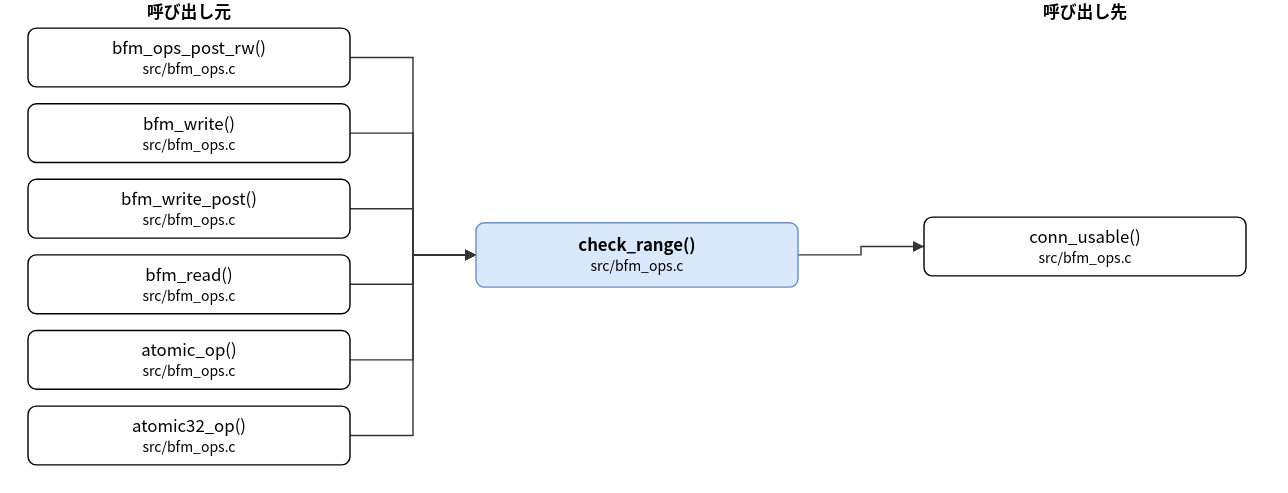
This is doc/spec/images/call_src_bfm_ops-check_range.drawio.svg from hf355051012-ai/bfmem, a draw.io export, as it was before one commit. Source tidied: cells renumbered, new cells last; positions are measured from the earlier drawing's top-left corner, leaving out a move shared by most shapes.
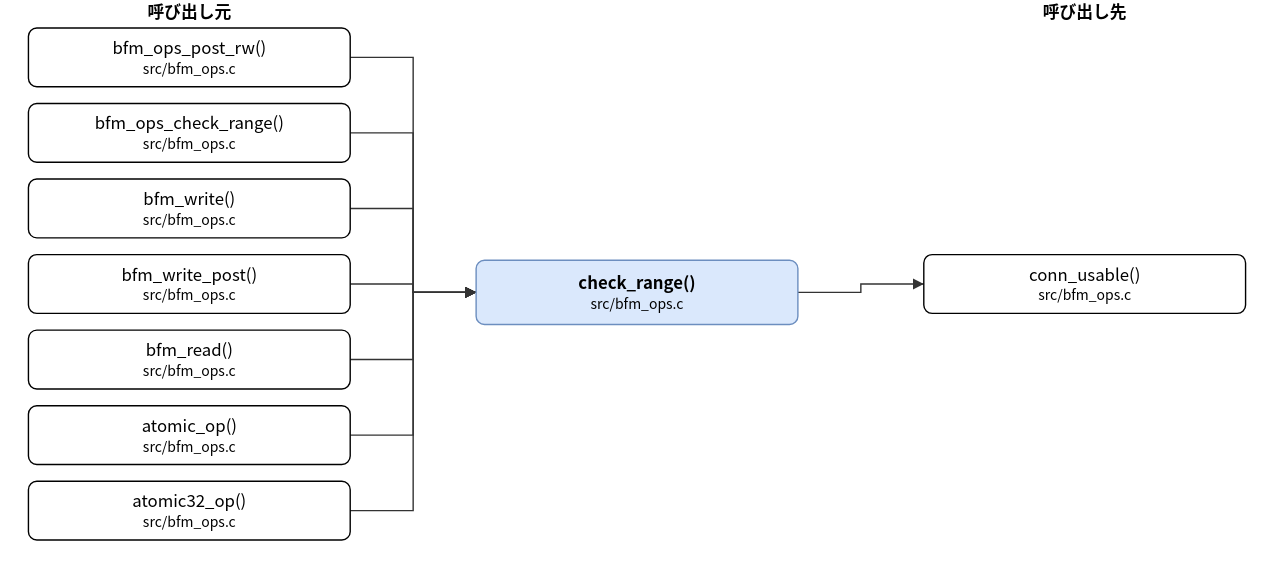
The same diagram one commit later.

What changed in the source:
```diff
@@ -3,34 +3,37 @@
     <mxCell id="0" />
     <mxCell id="1" parent="0" />
     <mxCell id="2" value="check_range()&lt;br&gt;&lt;font style=&quot;font-size:10px&quot;&gt;src/bfm_ops.c&lt;/font&gt;" style="rounded=1;whiteSpace=wrap;html=1;fillColor=#dae8fc;strokeColor=#6c8ebf;fontStyle=1;" parent="1" vertex="1">
-      <mxGeometry x="320" y="159" width="230" height="46" as="geometry" />
+      <mxGeometry x="320" y="186" width="230" height="46" as="geometry" />
     </mxCell>
     <mxCell id="3" value="bfm_ops_post_rw()&lt;br&gt;&lt;font style=&quot;font-size:10px&quot;&gt;src/bfm_ops.c&lt;/font&gt;" style="rounded=1;whiteSpace=wrap;html=1;" parent="1" vertex="1">
       <mxGeometry y="20" width="230" height="42" as="geometry" />
     </mxCell>
-    <mxCell id="4" value="bfm_write()&lt;br&gt;&lt;font style=&quot;font-size:10px&quot;&gt;src/bfm_ops.c&lt;/font&gt;" style="rounded=1;whiteSpace=wrap;html=1;" parent="1" vertex="1">
+    <mxCell id="4" value="bfm_ops_check_range()&lt;br&gt;&lt;font style=&quot;font-size:10px&quot;&gt;src/bfm_ops.c&lt;/font&gt;" style="rounded=1;whiteSpace=wrap;html=1;" parent="1" vertex="1">
       <mxGeometry y="74" width="230" height="42" as="geometry" />
     </mxCell>
-    <mxCell id="5" value="bfm_write_post()&lt;br&gt;&lt;font style=&quot;font-size:10px&quot;&gt;src/bfm_ops.c&lt;/font&gt;" style="rounded=1;whiteSpace=wrap;html=1;" parent="1" vertex="1">
+    <mxCell id="5" value="bfm_write()&lt;br&gt;&lt;font style=&quot;font-size:10px&quot;&gt;src/bfm_ops.c&lt;/font&gt;" style="rounded=1;whiteSpace=wrap;html=1;" parent="1" vertex="1">
       <mxGeometry y="128" width="230" height="42" as="geometry" />
     </mxCell>
-    <mxCell id="6" value="bfm_read()&lt;br&gt;&lt;font style=&quot;font-size:10px&quot;&gt;src/bfm_ops.c&lt;/font&gt;" style="rounded=1;whiteSpace=wrap;html=1;" parent="1" vertex="1">
+    <mxCell id="6" value="bfm_write_post()&lt;br&gt;&lt;font style=&quot;font-size:10px&quot;&gt;src/bfm_ops.c&lt;/font&gt;" style="rounded=1;whiteSpace=wrap;html=1;" parent="1" vertex="1">
       <mxGeometry y="182" width="230" height="42" as="geometry" />
     </mxCell>
-    <mxCell id="7" value="atomic_op()&lt;br&gt;&lt;font style=&quot;font-size:10px&quot;&gt;src/bfm_ops.c&lt;/font&gt;" style="rounded=1;whiteSpace=wrap;html=1;" parent="1" vertex="1">
+    <mxCell id="7" value="bfm_read()&lt;br&gt;&lt;font style=&quot;font-size:10px&quot;&gt;src/bfm_ops.c&lt;/font&gt;" style="rounded=1;whiteSpace=wrap;html=1;" parent="1" vertex="1">
       <mxGeometry y="236" width="230" height="42" as="geometry" />
     </mxCell>
-    <mxCell id="8" value="atomic32_op()&lt;br&gt;&lt;font style=&quot;font-size:10px&quot;&gt;src/bfm_ops.c&lt;/font&gt;" style="rounded=1;whiteSpace=wrap;html=1;" parent="1" vertex="1">
+    <mxCell id="8" value="atomic_op()&lt;br&gt;&lt;font style=&quot;font-size:10px&quot;&gt;src/bfm_ops.c&lt;/font&gt;" style="rounded=1;whiteSpace=wrap;html=1;" parent="1" vertex="1">
       <mxGeometry y="290" width="230" height="42" as="geometry" />
     </mxCell>
+    <mxCell id="19" value="atomic32_op()&lt;br&gt;&lt;font style=&quot;font-size:10px&quot;&gt;src/bfm_ops.c&lt;/font&gt;" style="rounded=1;whiteSpace=wrap;html=1;" parent="1" vertex="1">
+      <mxGeometry y="344" width="230" height="42" as="geometry" />
+    </mxCell>
     <mxCell id="9" value="conn_usable()&lt;br&gt;&lt;font style=&quot;font-size:10px&quot;&gt;src/bfm_ops.c&lt;/font&gt;" style="rounded=1;whiteSpace=wrap;html=1;" parent="1" vertex="1">
-      <mxGeometry x="640" y="155" width="230" height="42" as="geometry" />
+      <mxGeometry x="640" y="182" width="230" height="42" as="geometry" />
     </mxCell>
     <mxCell id="10" style="edgeStyle=none;html=1;rounded=0;endArrow=block;endFill=1;exitX=1.0000;exitY=0.5000;exitDx=0;exitDy=0;exitPerimeter=0;entryX=0.0000;entryY=0.5000;entryDx=0;entryDy=0;entryPerimeter=0;" parent="1" edge="1" source="3" target="2">
       <mxGeometry relative="1" as="geometry">
         <Array as="points">
           <mxPoint x="275" y="41" />
-          <mxPoint x="275" y="182" />
+          <mxPoint x="275" y="209" />
         </Array>
       </mxGeometry>
     </mxCell>
@@ -38,7 +41,7 @@
       <mxGeometry relative="1" as="geometry">
         <Array as="points">
           <mxPoint x="275" y="95" />
-          <mxPoint x="275" y="182" />
+          <mxPoint x="275" y="209" />
         </Array>
       </mxGeometry>
     </mxCell>
@@ -46,7 +49,7 @@
       <mxGeometry relative="1" as="geometry">
         <Array as="points">
           <mxPoint x="275" y="149" />
-          <mxPoint x="275" y="182" />
+          <mxPoint x="275" y="209" />
         </Array>
       </mxGeometry>
     </mxCell>
@@ -54,7 +57,7 @@
       <mxGeometry relative="1" as="geometry">
         <Array as="points">
           <mxPoint x="275" y="203" />
-          <mxPoint x="275" y="182" />
+          <mxPoint x="275" y="209" />
         </Array>
       </mxGeometry>
     </mxCell>
@@ -62,7 +65,7 @@
       <mxGeometry relative="1" as="geometry">
         <Array as="points">
           <mxPoint x="275" y="257" />
-          <mxPoint x="275" y="182" />
+          <mxPoint x="275" y="209" />
         </Array>
       </mxGeometry>
     </mxCell>
@@ -70,18 +73,26 @@
       <mxGeometry relative="1" as="geometry">
         <Array as="points">
           <mxPoint x="275" y="311" />
-          <mxPoint x="275" y="182" />
+          <mxPoint x="275" y="209" />
         </Array>
       </mxGeometry>
     </mxCell>
-    <mxCell id="16" style="edgeStyle=none;html=1;rounded=0;endArrow=block;endFill=1;exitX=1.0000;exitY=0.5000;exitDx=0;exitDy=0;exitPerimeter=0;entryX=0.0000;entryY=0.5000;entryDx=0;entryDy=0;entryPerimeter=0;" parent="1" edge="1" source="2" target="9">
+    <mxCell id="16" style="edgeStyle=none;html=1;rounded=0;endArrow=block;endFill=1;exitX=1.0000;exitY=0.5000;exitDx=0;exitDy=0;exitPerimeter=0;entryX=0.0000;entryY=0.5000;entryDx=0;entryDy=0;entryPerimeter=0;" parent="1" edge="1" source="19" target="2">
       <mxGeometry relative="1" as="geometry">
         <Array as="points">
-          <mxPoint x="595" y="182" />
-          <mxPoint x="595" y="176" />
+          <mxPoint x="275" y="365" />
+          <mxPoint x="275" y="209" />
         </Array>
       </mxGeometry>
     </mxCell>
+    <mxCell id="20" style="edgeStyle=none;html=1;rounded=0;endArrow=block;endFill=1;exitX=1.0000;exitY=0.5000;exitDx=0;exitDy=0;exitPerimeter=0;entryX=0.0000;entryY=0.5000;entryDx=0;entryDy=0;entryPerimeter=0;" parent="1" edge="1" source="2" target="9">
+      <mxGeometry relative="1" as="geometry">
+        <Array as="points">
+          <mxPoint x="595" y="209" />
+          <mxPoint x="595" y="203" />
+        </Array>
+      </mxGeometry>
+    </mxCell>
     <mxCell id="17" value="呼び出し元" style="text;html=1;align=center;fontStyle=1;" parent="1" vertex="1">
       <mxGeometry x="35" width="160" height="18" as="geometry" />
     </mxCell>
```
